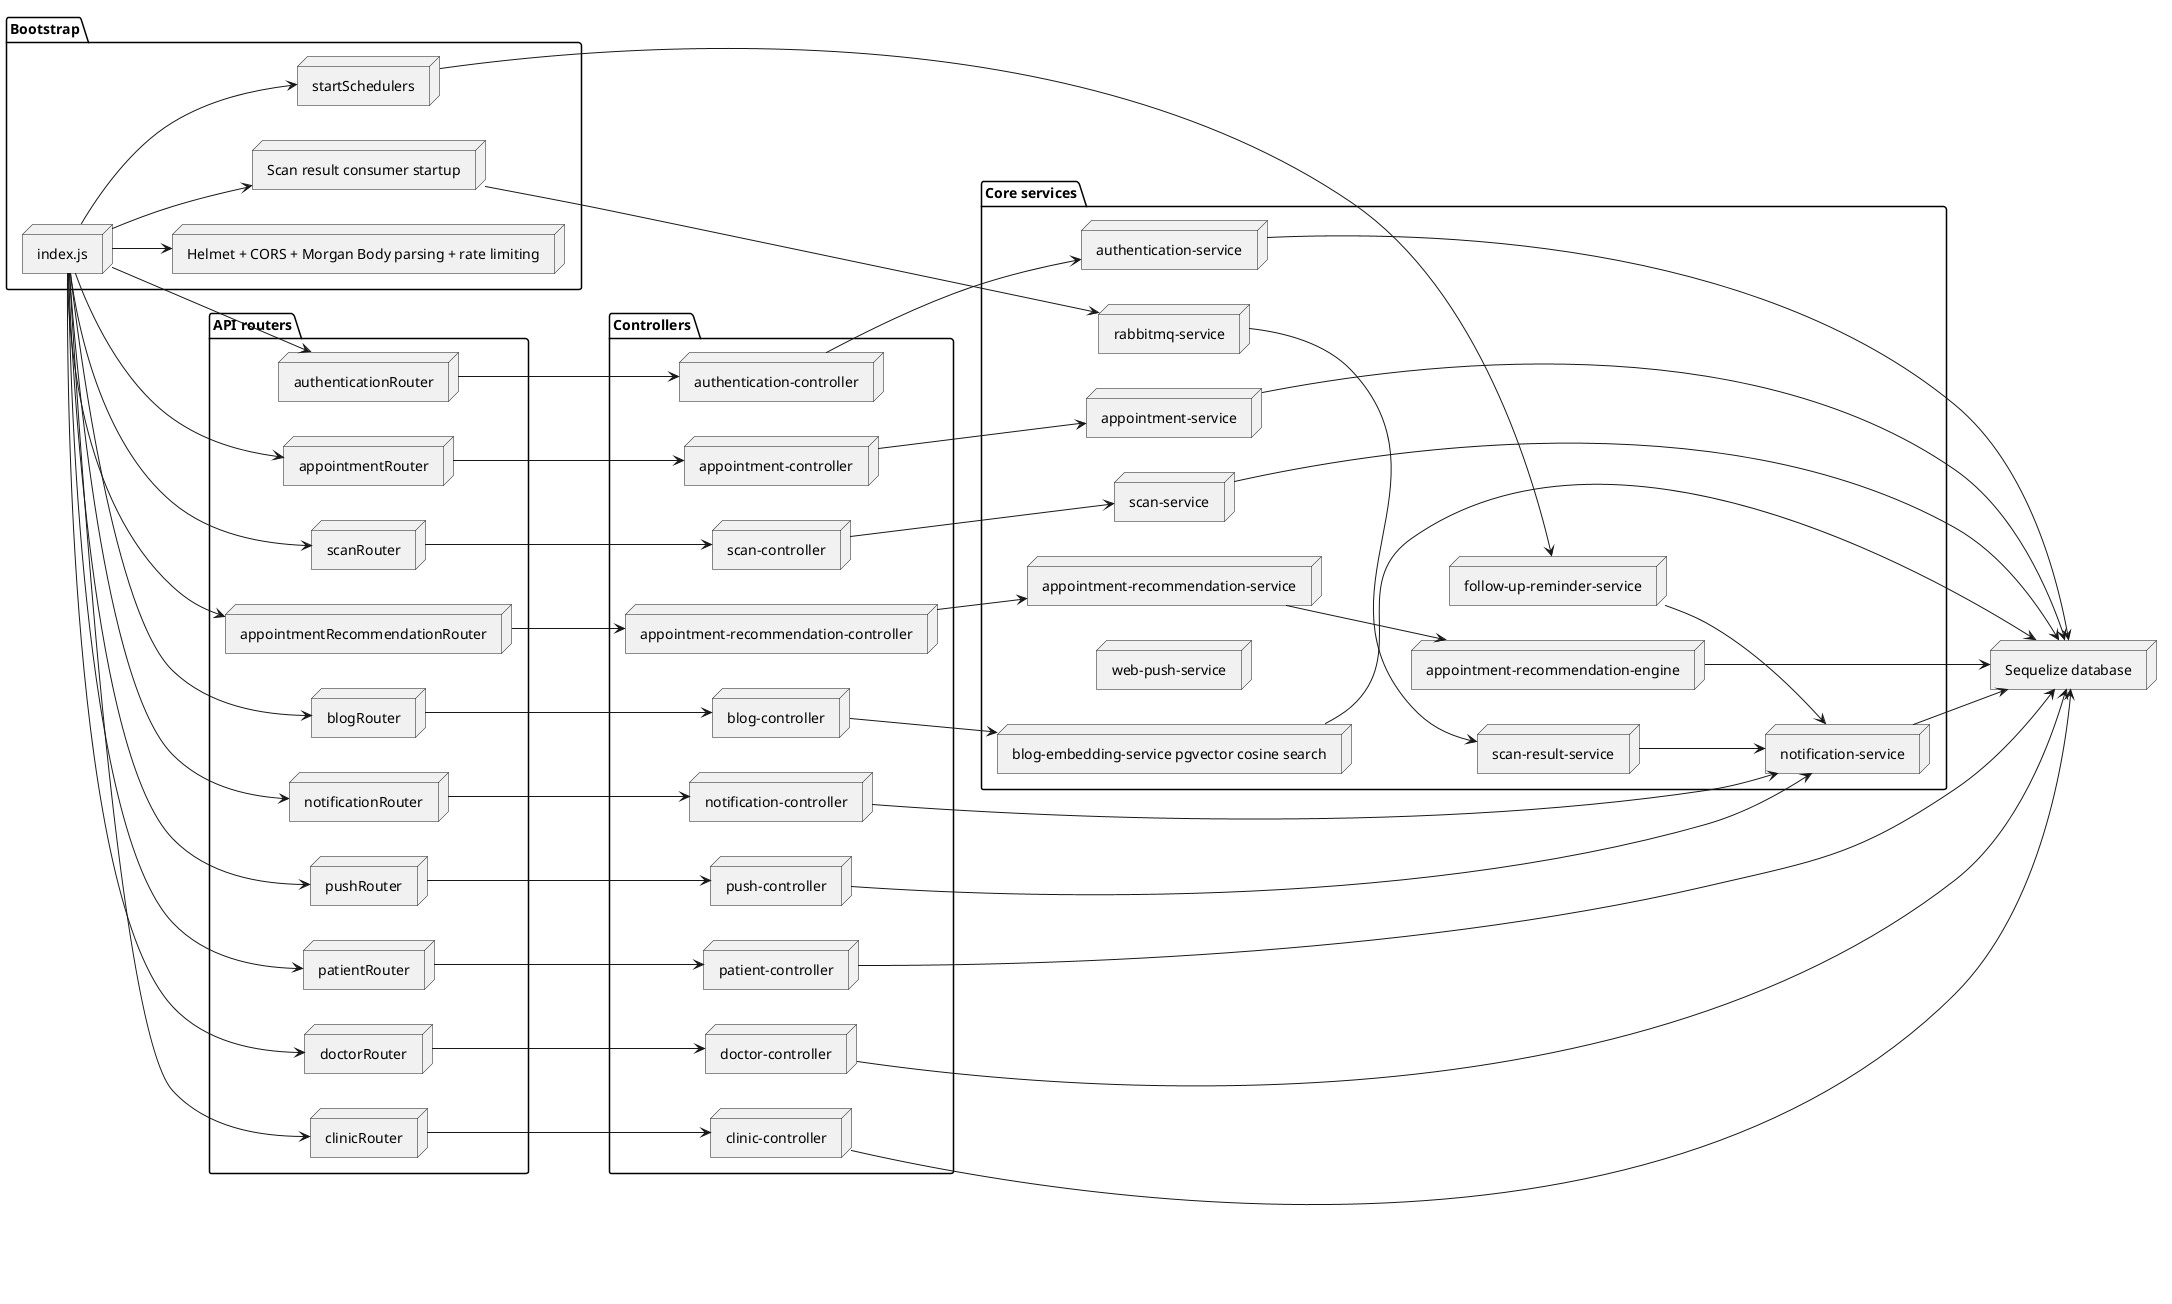
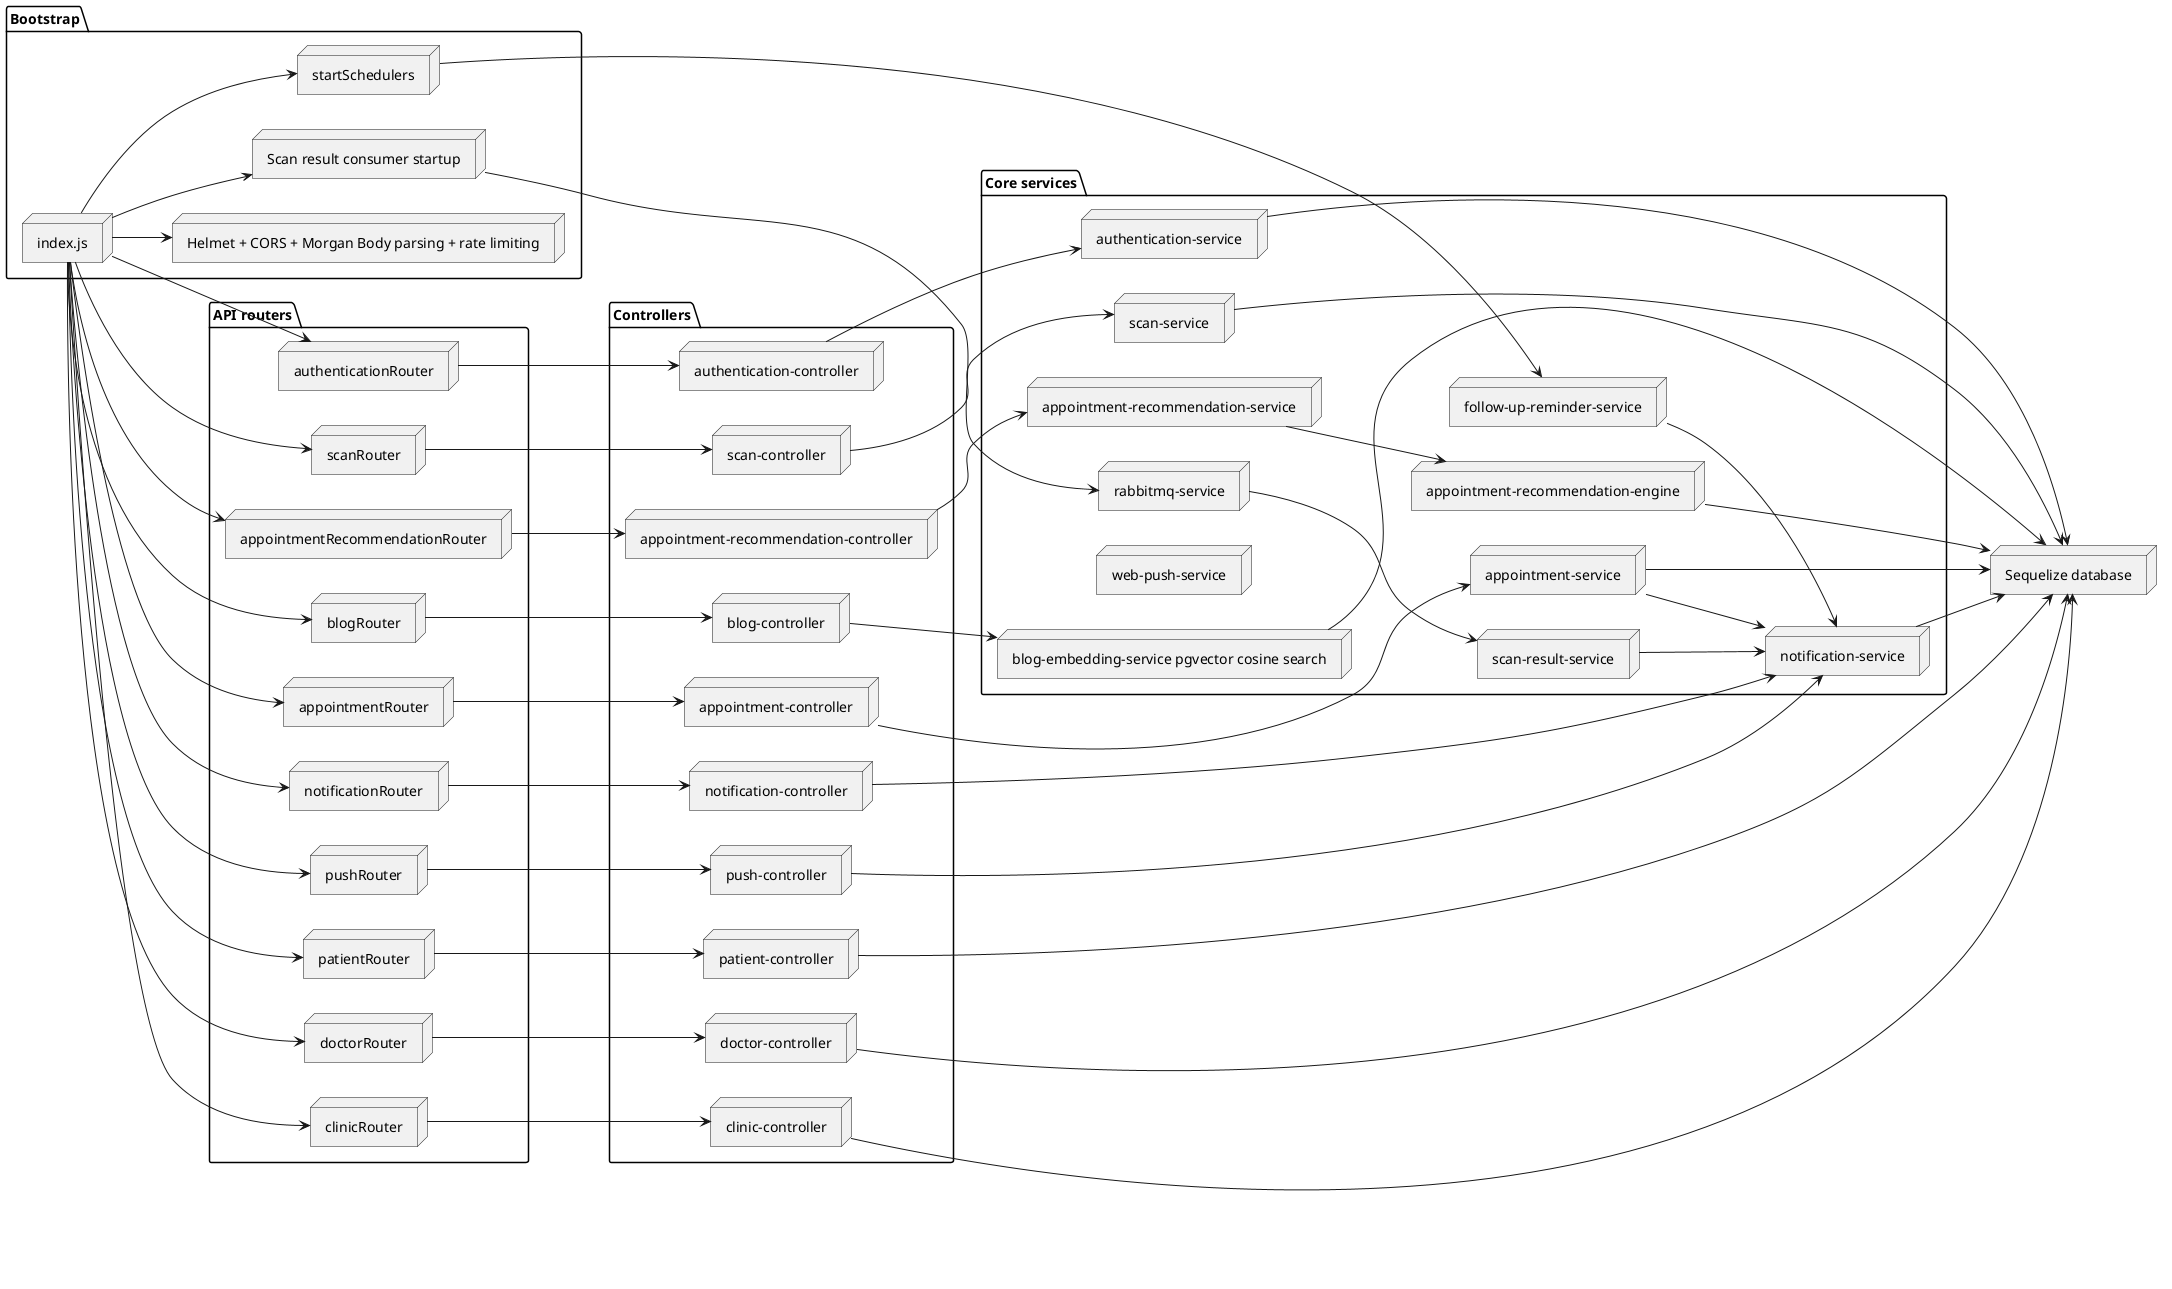
@startuml
left to right direction

package Bootstrap {
  node "index.js" as entry
  node "Helmet + CORS + Morgan Body parsing + rate limiting" as middleware
  node startSchedulers as schedulers
  node "Scan result consumer startup" as resultConsumer
}

package "API routers" {
  node authenticationRouter as authRouter
  node patientRouter as patientRouter
  node doctorRouter as doctorRouter
  node clinicRouter as clinicRouter
  node appointmentRouter as appointmentRouter
  node appointmentRecommendationRouter as recommendationRouter
  node scanRouter as scanRouter
  node notificationRouter as notificationRouter
  node pushRouter as pushRouter
  node blogRouter as blogRouter
}

package Controllers {
  node "authentication-controller" as authController
  node "patient-controller" as patientController
  node "doctor-controller" as doctorController
  node "clinic-controller" as clinicController
  node "appointment-controller" as appointmentController
  node "appointment-recommendation-controller" as recommendationController
  node "scan-controller" as scanController
  node "notification-controller" as notificationController
  node "push-controller" as pushController
  node "blog-controller" as blogController
}

package "Core services" {
  node "authentication-service" as authService
  node "appointment-service" as appointmentService
  node "appointment-recommendation-service" as recommendationService
  node "appointment-recommendation-engine" as recommendationEngine
  node "scan-service" as scanService
  node "scan-result-service" as scanResultService
  node "rabbitmq-service" as rabbitService
  node "notification-service" as notificationService
  node "web-push-service" as pushService
  node "follow-up-reminder-service" as followUpService
  node "blog-embedding-service pgvector cosine search" as blogEmbeddingService
}

node "Sequelize database" as db

entry --> middleware
entry --> authRouter
entry --> patientRouter
entry --> doctorRouter
entry --> clinicRouter
entry --> appointmentRouter
entry --> recommendationRouter
entry --> scanRouter
entry --> notificationRouter
entry --> pushRouter
entry --> blogRouter
entry --> resultConsumer
entry --> schedulers

authRouter --> authController
authController --> authService
authService --> db
patientRouter --> patientController
patientController --> db
doctorRouter --> doctorController
doctorController --> db
clinicRouter --> clinicController
clinicController --> db
appointmentRouter --> appointmentController
appointmentController --> appointmentService
appointmentService --> db
+ appointmentService --> notificationService
recommendationRouter --> recommendationController
recommendationController --> recommendationService
recommendationService --> recommendationEngine
recommendationEngine --> db
scanRouter --> scanController
scanController --> scanService
scanService --> db
notificationRouter --> notificationController
notificationController --> notificationService
notificationService --> db
pushRouter --> pushController
pushController --> notificationService
resultConsumer --> rabbitService
rabbitService --> scanResultService
scanResultService --> notificationService
schedulers --> followUpService
followUpService --> notificationService
blogRouter --> blogController
blogController --> blogEmbeddingService
blogEmbeddingService --> db

@enduml